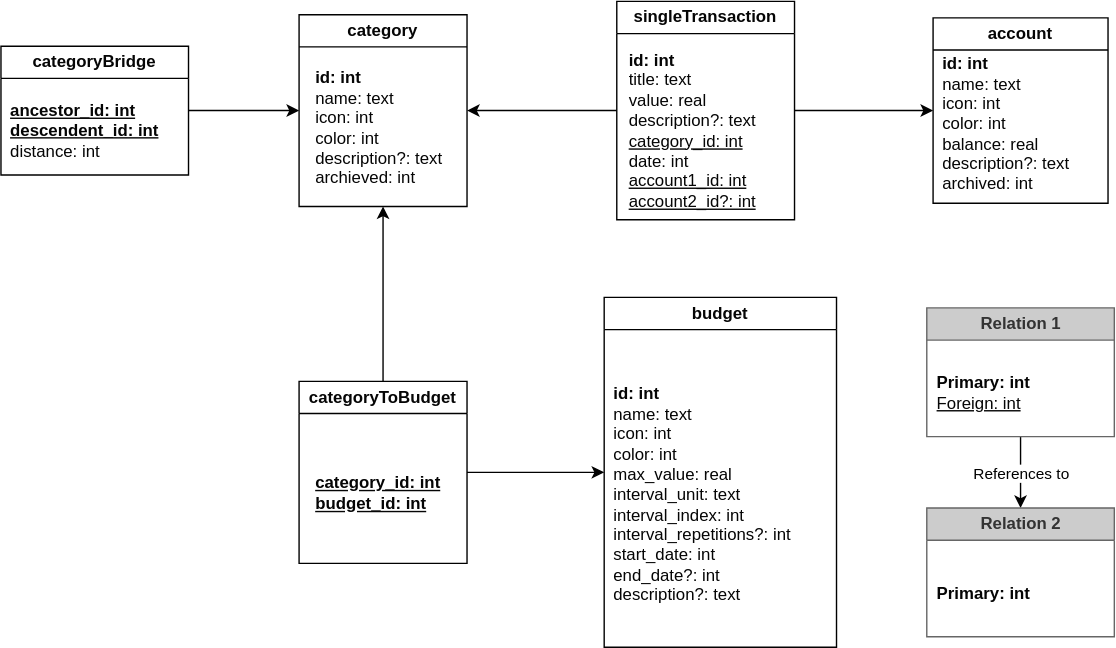
Earlier version of the draw.io export docs/dbv2.drawio.svg (budgetiser/budgetiser). Source tidied: cells renumbered, new cells last; positions are measured from the earlier drawing's top-left corner, leaving out a move shared by most shapes.
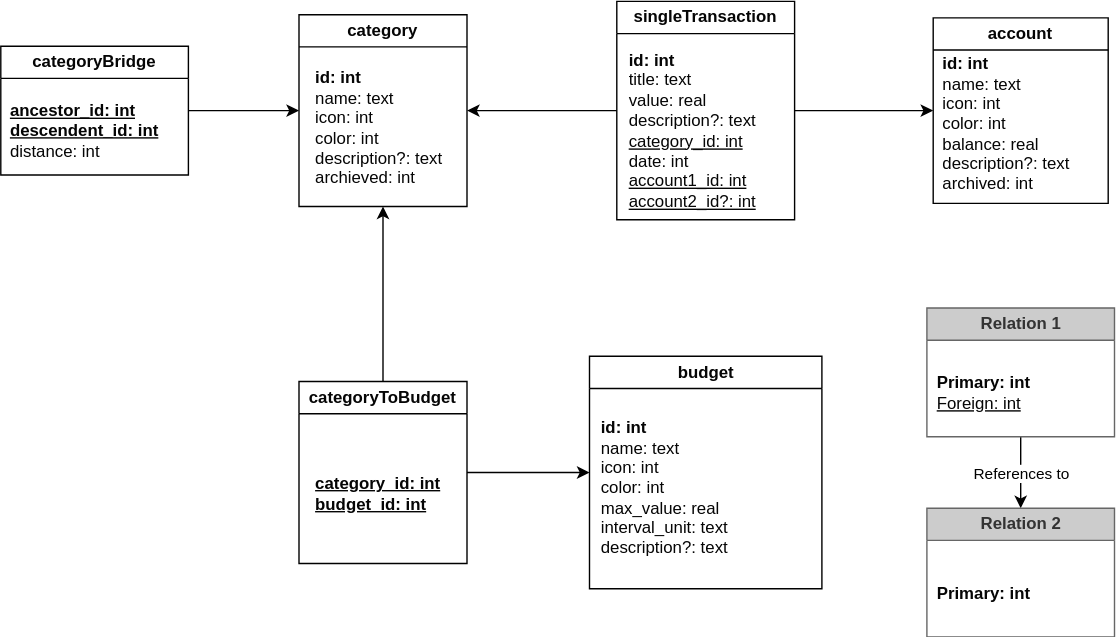
After the commit.

What changed in the source:
```diff
@@ -24,10 +24,10 @@
       <mxGeometry x="10" y="32" width="109" height="98" as="geometry" />
     </mxCell>
     <mxCell id="9" value="budget" style="swimlane;whiteSpace=wrap;html=1;rounded=0;labelBackgroundColor=none;labelBorderColor=none;gradientColor=none;fillColor=none;strokeColor=#000000;fontColor=#050505;startSize=23;" parent="1" vertex="1">
-      <mxGeometry x="431" y="212" width="166" height="250" as="geometry" />
+      <mxGeometry x="420.5" y="254" width="166" height="166" as="geometry" />
     </mxCell>
-    <mxCell id="10" value="&lt;b&gt;id: int&lt;br&gt;&lt;/b&gt;name: text&lt;br&gt;icon: int&lt;br&gt;color: int&lt;br&gt;max_value: real&lt;br&gt;interval_unit: text&lt;br&gt;interval_index: int&lt;br&gt;interval_repetitions?: int&lt;br&gt;start_date: int&lt;br&gt;end_date?: int&amp;nbsp;&lt;br&gt;description?: text" style="text;html=1;align=left;verticalAlign=middle;strokeColor=none;fillColor=none;rounded=0;fontColor=#050505;labelBackgroundColor=none;" parent="9" vertex="1">
-      <mxGeometry x="5" y="56" width="145" height="170" as="geometry" />
+    <mxCell id="10" value="&lt;b&gt;id: int&lt;br&gt;&lt;/b&gt;name: text&lt;br&gt;icon: int&lt;br&gt;color: int&lt;br&gt;max_value: real&lt;br&gt;interval_unit: text&lt;br&gt;description?: text" style="text;html=1;align=left;verticalAlign=middle;strokeColor=none;fillColor=none;rounded=0;fontColor=#050505;labelBackgroundColor=none;" parent="9" vertex="1">
+      <mxGeometry x="6" y="37.5" width="109" height="113" as="geometry" />
     </mxCell>
     <mxCell id="11" style="edgeStyle=none;html=1;entryX=0.5;entryY=1;entryDx=0;entryDy=0;rounded=0;strokeColor=#000000;fontColor=#050505;labelBackgroundColor=none;exitX=0.5;exitY=0;exitDx=0;exitDy=0;" parent="1" edge="1" source="13" target="7">
       <mxGeometry relative="1" as="geometry" />
```
